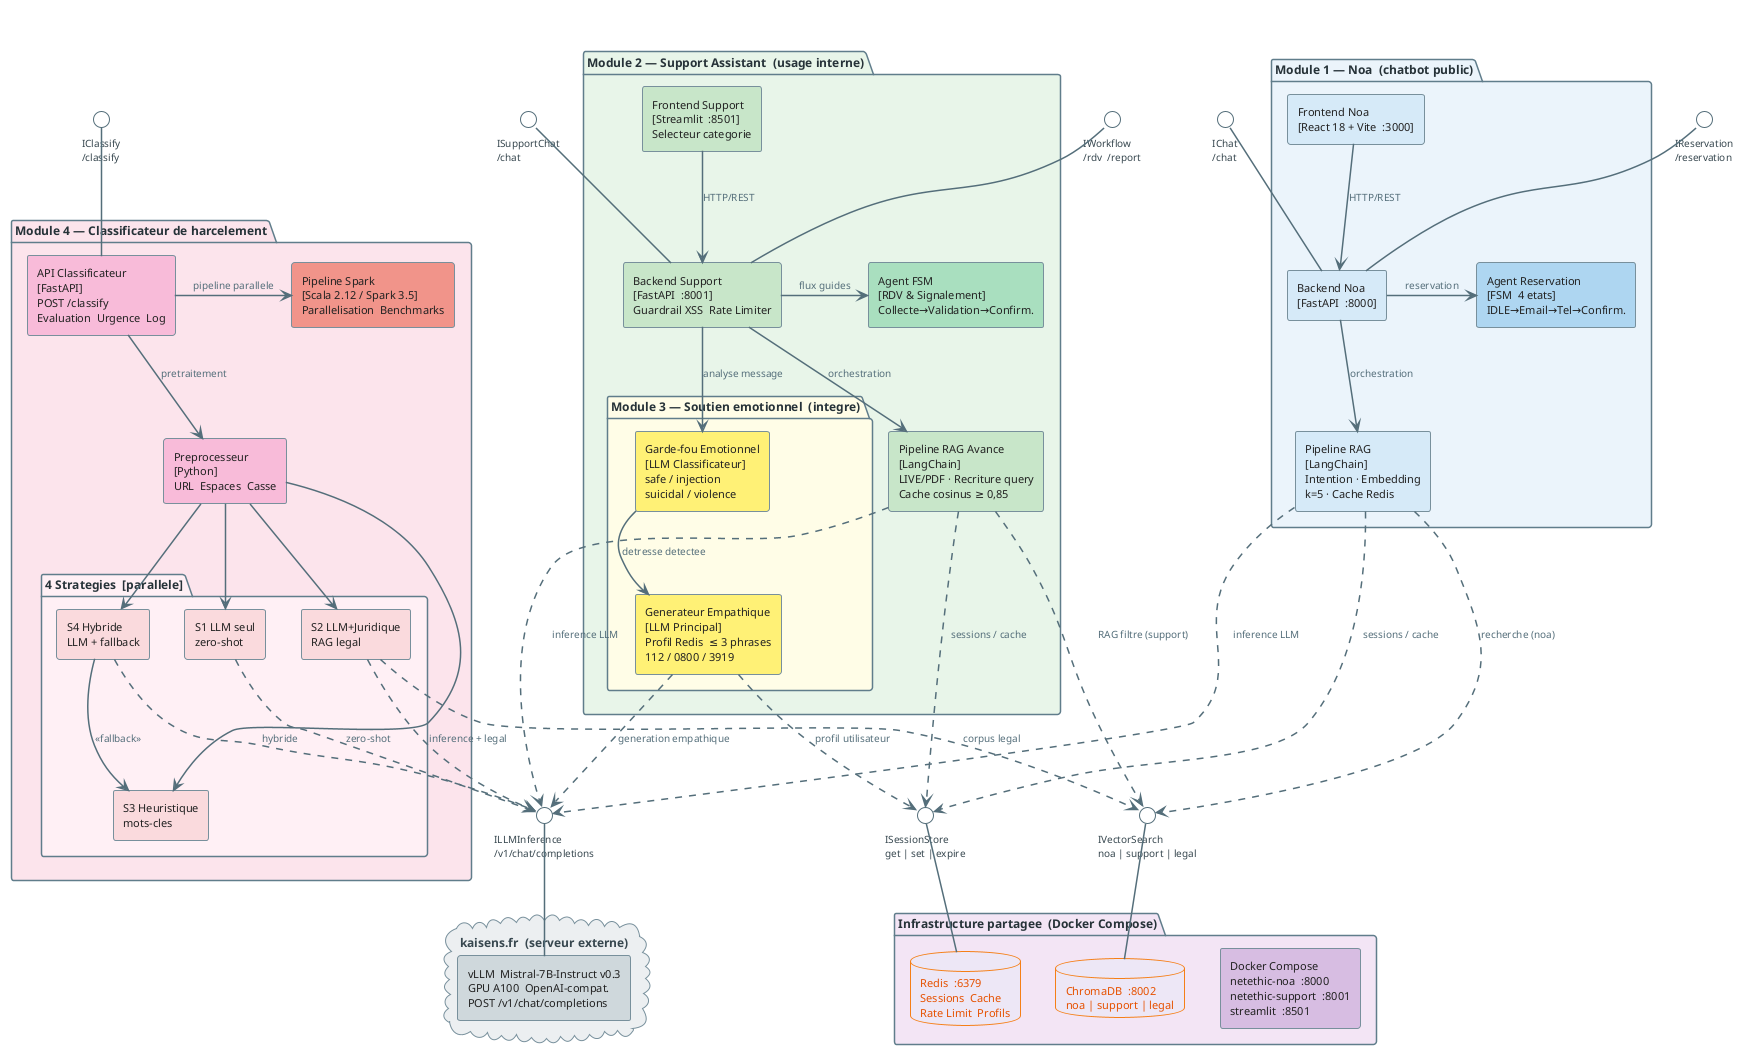
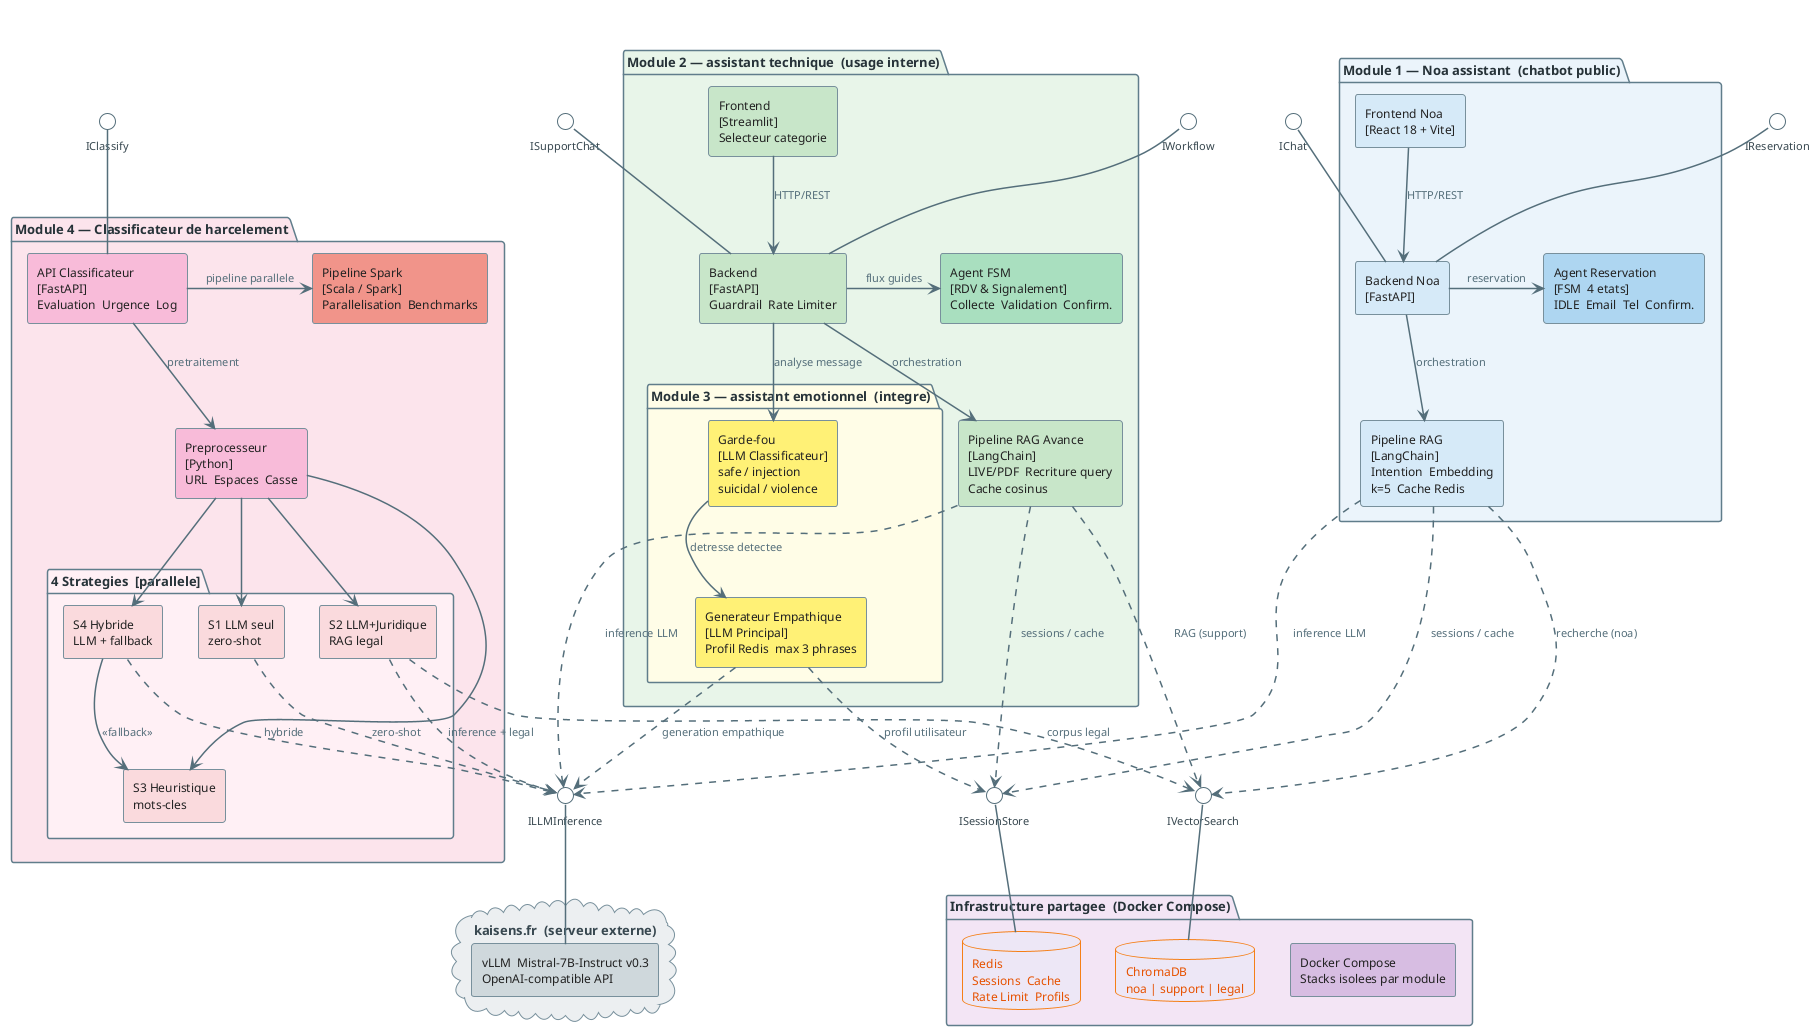
- ﻿@startuml composants_architecture_globale
+ @startuml composants_architecture_globale
!theme plain
skinparam defaultFontName Arial
- skinparam defaultFontSize 12
+ skinparam defaultFontSize 13
skinparam componentStyle rectangle
skinparam shadowing false

skinparam package {
  BackgroundColor White
  BorderColor     #607D8B
  BorderThickness 1.5
  FontStyle       bold
-   FontSize        12
+   FontSize        13
  FontColor       #263238
}
skinparam component {
  BackgroundColor #FAFAFA
  BorderColor     #78909C
  BorderThickness 1
  FontColor       #212121
-   FontSize        11
+   FontSize        12
}
skinparam interface {
  BackgroundColor White
  BorderColor     #546E7A
-   FontSize        10
+   FontSize        11
  FontColor       #37474F
}
skinparam database {
  BackgroundColor #FFF8E1
  BorderColor     #F57F17
  FontColor       #E65100
-   FontSize        11
+   FontSize        12
}
skinparam cloud {
  BackgroundColor #ECEFF1
  BorderColor     #78909C
  FontColor       #37474F
}
skinparam arrow {
  Color     #546E7A
  Thickness 1.5
-   FontSize  10
+   FontSize  11
  FontColor #546E7A
}


' ── Interfaces provided ─────────────────────────────────────────
- interface "IChat\n/chat" as I_noa_chat
- interface "IReservation\n/reservation" as I_noa_res
- interface "ISupportChat\n/chat" as I_sup_chat
- interface "IWorkflow\n/rdv  /report" as I_sup_wf
- interface "IClassify\n/classify" as I_classify
- interface "ILLMInference\n/v1/chat/completions" as I_llm
- interface "IVectorSearch\nnoa | support | legal" as I_vec
- interface "ISessionStore\nget | set | expire" as I_sess
+ interface "IChat" as I_noa_chat
+ interface "IReservation" as I_noa_res
+ interface "ISupportChat" as I_sup_chat
+ interface "IWorkflow" as I_sup_wf
+ interface "IClassify" as I_classify
+ interface "ILLMInference" as I_llm
+ interface "IVectorSearch" as I_vec
+ interface "ISessionStore" as I_sess

' ════════════════════════════════════════════════
' MODULE 1 — NOA
' ════════════════════════════════════════════════
- package "Module 1 — Noa  (chatbot public)" #EBF4FB {
-   component "Frontend Noa\n[React 18 + Vite  :3000]" as FE_Noa #D6EAF8
-   component "Backend Noa\n[FastAPI  :8000]" as BE_Noa #D6EAF8
-   component "Pipeline RAG\n[LangChain]\nIntention · Embedding\nk=5 · Cache Redis" as LC_Noa #D6EAF8
-   component "Agent Reservation\n[FSM  4 etats]\nIDLE→Email→Tel→Confirm." as FSM_Noa #AED6F1
+ package "Module 1 — Noa assistant  (chatbot public)" #EBF4FB {
+   component "Frontend Noa\n[React 18 + Vite]" as FE_Noa #D6EAF8
+   component "Backend Noa\n[FastAPI]" as BE_Noa #D6EAF8
+   component "Pipeline RAG\n[LangChain]\nIntention  Embedding\nk=5  Cache Redis" as LC_Noa #D6EAF8
+   component "Agent Reservation\n[FSM  4 etats]\nIDLE  Email  Tel  Confirm." as FSM_Noa #AED6F1

  FE_Noa -down-> BE_Noa : HTTP/REST
  BE_Noa -down-> LC_Noa : orchestration
  BE_Noa -right-> FSM_Noa : reservation
}
BE_Noa -up- I_noa_chat
BE_Noa -up- I_noa_res

' ════════════════════════════════════════════════
- ' MODULE 2 — SUPPORT ASSISTANT
+ ' MODULE 2 — ASSISTANT TECHNIQUE
' ════════════════════════════════════════════════
- package "Module 2 — Support Assistant  (usage interne)" #E8F5E9 {
-   component "Frontend Support\n[Streamlit  :8501]\nSelecteur categorie" as FE_Sup #C8E6C9
-   component "Backend Support\n[FastAPI  :8001]\nGuardrail XSS  Rate Limiter" as BE_Sup #C8E6C9
-   component "Pipeline RAG Avance\n[LangChain]\nLIVE/PDF · Recriture query\nCache cosinus ≥ 0,85" as LC_Sup #C8E6C9
-   component "Agent FSM\n[RDV & Signalement]\nCollecte→Validation→Confirm." as FSM_Sup #A9DFBF
+ package "Module 2 — assistant technique  (usage interne)" #E8F5E9 {
+   component "Frontend\n[Streamlit]\nSelecteur categorie" as FE_Sup #C8E6C9
+   component "Backend\n[FastAPI]\nGuardrail  Rate Limiter" as BE_Sup #C8E6C9
+   component "Pipeline RAG Avance\n[LangChain]\nLIVE/PDF  Recriture query\nCache cosinus" as LC_Sup #C8E6C9
+   component "Agent FSM\n[RDV & Signalement]\nCollecte  Validation  Confirm." as FSM_Sup #A9DFBF

-   package "Module 3 — Soutien emotionnel  (integre)" #FFFDE7 {
-     component "Garde-fou Emotionnel\n[LLM Classificateur]\nsafe / injection\nsuicidal / violence" as GF_Emo #FFF176
-     component "Generateur Empathique\n[LLM Principal]\nProfil Redis  ≤ 3 phrases\n112 / 0800 / 3919" as Gen_Emo #FFF176
+   package "Module 3 — assistant emotionnel  (integre)" #FFFDE7 {
+     component "Garde-fou\n[LLM Classificateur]\nsafe / injection\nsuicidal / violence" as GF_Emo #FFF176
+     component "Generateur Empathique\n[LLM Principal]\nProfil Redis  max 3 phrases" as Gen_Emo #FFF176
  }

  FE_Sup -down-> BE_Sup   : HTTP/REST
  BE_Sup -down-> LC_Sup   : orchestration
  BE_Sup -right-> FSM_Sup : flux guides
  BE_Sup -down-> GF_Emo   : analyse message
  GF_Emo -down-> Gen_Emo  : detresse detectee
}
BE_Sup -up- I_sup_chat
BE_Sup -up- I_sup_wf

' ════════════════════════════════════════════════
' MODULE 4 — CLASSIFICATEUR
' ════════════════════════════════════════════════
package "Module 4 — Classificateur de harcelement" #FCE4EC {
-   component "API Classificateur\n[FastAPI]\nPOST /classify\nEvaluation  Urgence  Log" as API_Cls #F8BBD9
+   component "API Classificateur\n[FastAPI]\nEvaluation  Urgence  Log" as API_Cls #F8BBD9
  component "Preprocesseur\n[Python]\nURL  Espaces  Casse" as Prep #F8BBD9

  package "4 Strategies  [parallele]" #FFF0F5 {
    component "S1 LLM seul\nzero-shot" as S1 #FADADD
    component "S2 LLM+Juridique\nRAG legal" as S2 #FADADD
    component "S3 Heuristique\nmots-cles" as S3 #FADADD
    component "S4 Hybride\nLLM + fallback" as S4 #FADADD
  }

-   component "Pipeline Spark\n[Scala 2.12 / Spark 3.5]\nParallelisation  Benchmarks" as Spark #F1948A
+   component "Pipeline Spark\n[Scala / Spark]\nParallelisation  Benchmarks" as Spark #F1948A

  API_Cls -down-> Prep  : pretraitement
  Prep -down-> S1
  Prep -down-> S2
  Prep -down-> S3
  Prep -down-> S4
  S4 --> S3 : <<fallback>>
  API_Cls -right-> Spark : pipeline parallele
}
API_Cls -up- I_classify

' ════════════════════════════════════════════════
' INFRASTRUCTURE PARTAGEE
' ════════════════════════════════════════════════
package "Infrastructure partagee  (Docker Compose)" #F3E5F5 {
-   database "Redis  :6379\nSessions  Cache\nRate Limit  Profils" as Redis #EDE7F6
-   database "ChromaDB  :8002\nnoa | support | legal" as Chroma #EDE7F6
-   component "Docker Compose\nnetethic-noa  :8000\nnetethic-support  :8001\nstreamlit  :8501" as Docker #D7BDE2
+   database "Redis\nSessions  Cache\nRate Limit  Profils" as Redis #EDE7F6
+   database "ChromaDB\nnoa | support | legal" as Chroma #EDE7F6
+   component "Docker Compose\nStacks isolees par module" as Docker #D7BDE2

  Redis -[hidden]right- Chroma
  Chroma -[hidden]right- Docker
}
Redis -up- I_sess
Chroma -up- I_vec

' ════════════════════════════════════════════════
' LLM EXTERNE
' ════════════════════════════════════════════════
cloud "kaisens.fr  (serveur externe)" #ECEFF1 {
-   component "vLLM  Mistral-7B-Instruct v0.3\nGPU A100  OpenAI-compat.\nPOST /v1/chat/completions" as LLM_Srv #CFD8DC
+   component "vLLM  Mistral-7B-Instruct v0.3\nOpenAI-compatible API" as LLM_Srv #CFD8DC
}
LLM_Srv -up- I_llm

' ════════════════════════════════════════════════
' DEPENDANCES  MODULE 1 -> INFRA
' ════════════════════════════════════════════════
LC_Noa ..> I_sess : sessions / cache
LC_Noa ..> I_vec  : recherche (noa)
LC_Noa ..> I_llm  : inference LLM

' ════════════════════════════════════════════════
' DEPENDANCES  MODULE 2+3 -> INFRA
' ════════════════════════════════════════════════
LC_Sup  ..> I_sess : sessions / cache
- LC_Sup  ..> I_vec  : RAG filtre (support)
+ LC_Sup  ..> I_vec  : RAG (support)
LC_Sup  ..> I_llm  : inference LLM
Gen_Emo ..> I_sess : profil utilisateur
Gen_Emo ..> I_llm  : generation empathique

' ════════════════════════════════════════════════
' DEPENDANCES  MODULE 4 -> INFRA
' ════════════════════════════════════════════════
S1 ..> I_llm : zero-shot
S2 ..> I_vec : corpus legal
S2 ..> I_llm : inference + legal
S4 ..> I_llm : hybride

' ── Layout hints ─────────────────────────────────────────────────
FE_Noa -[hidden]right- FE_Sup
FE_Sup -[hidden]right- API_Cls

@enduml
